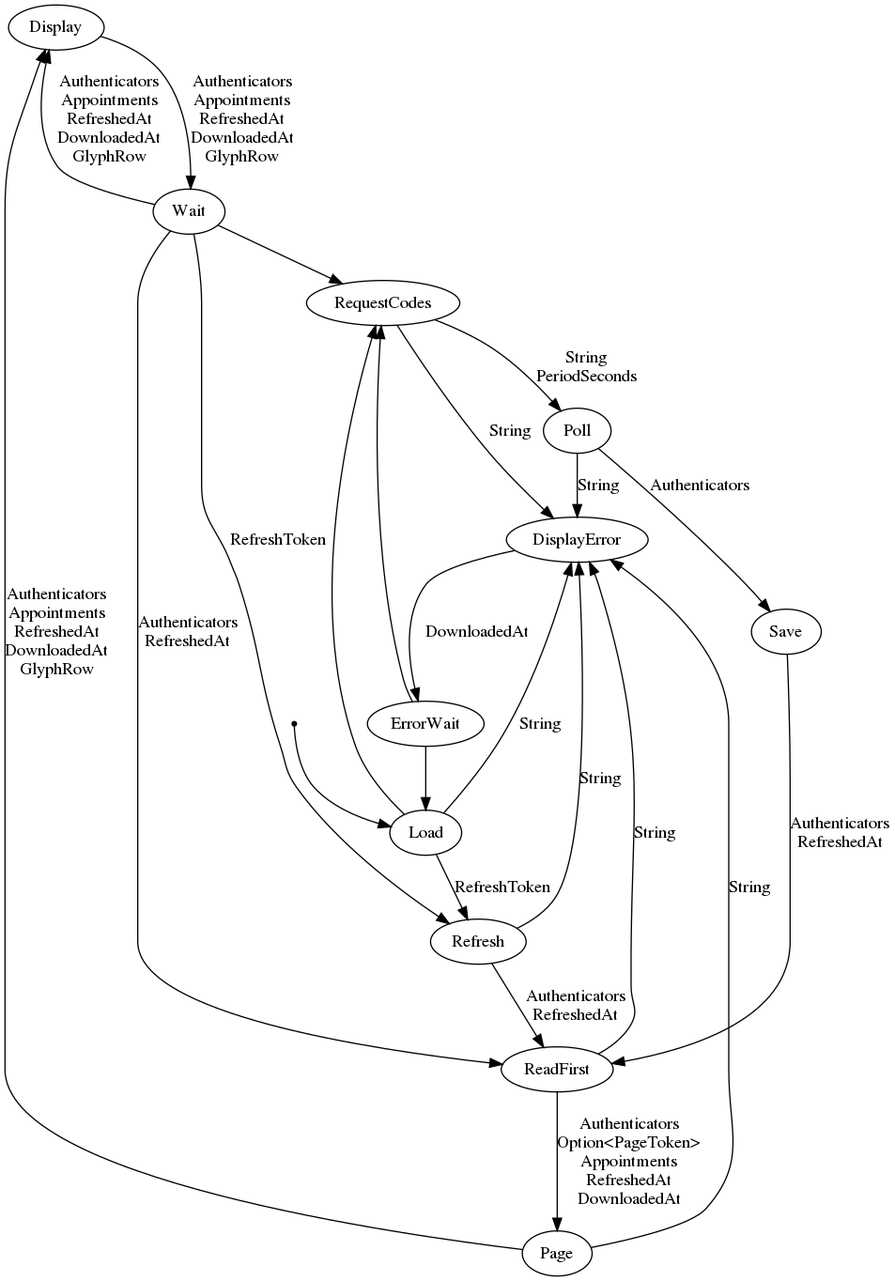
Before: docs/cal_machine.png, a diagram exported from Graphviz (kieranjwhite/calendar_mirror). Its source is kept beside it as docs/cal_machine.dot.
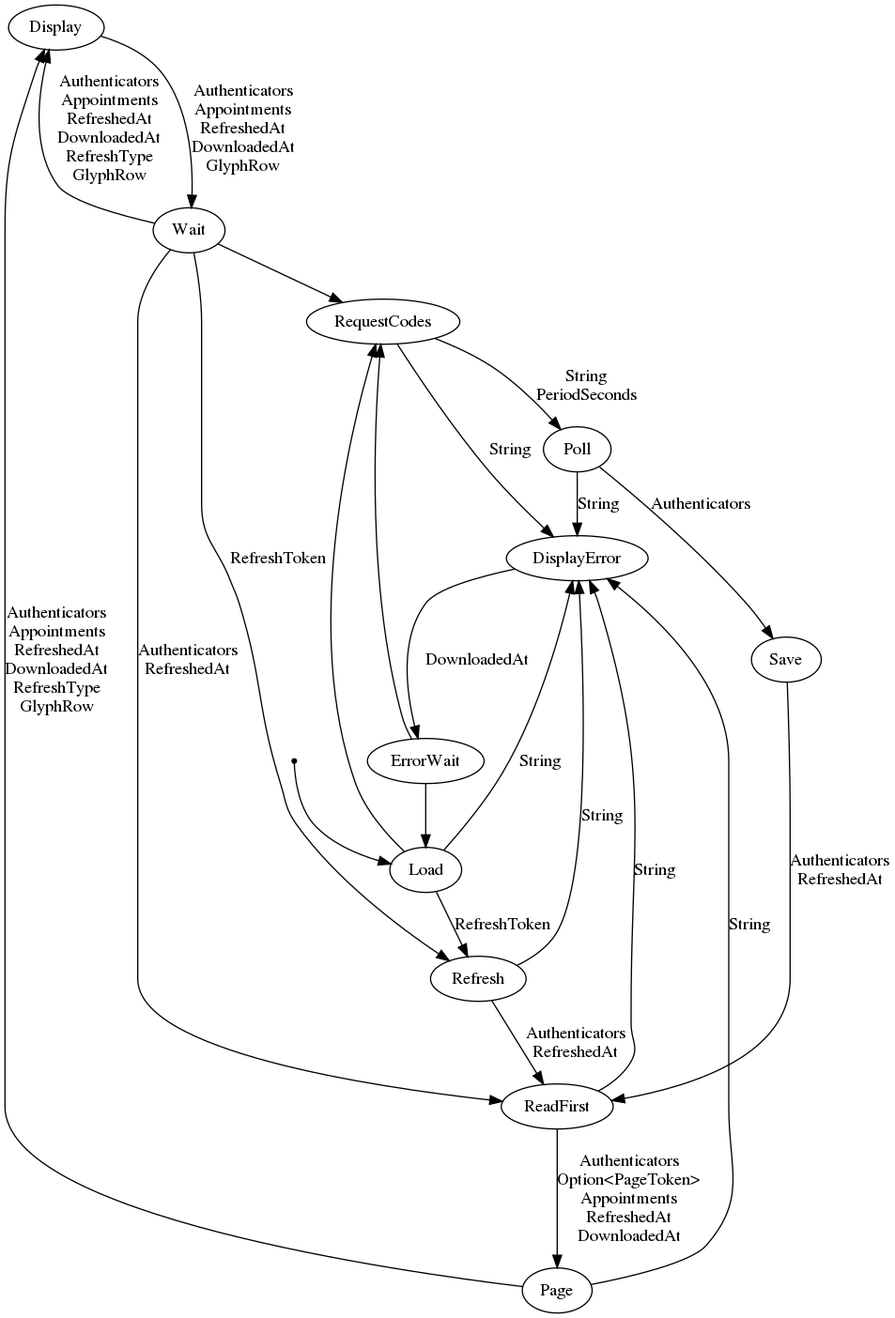
After the change.

Commit message:
update cal_machine std

Diff of the diagram source:
```diff
@@ -31,7 +31,7 @@
     RequestCodes -> DisplayError[label="String\n"];
     Poll -> Save[label="Authenticators\n"];
     ReadFirst -> Page[label="Authenticators\nOption<PageToken>\nAppointments\nRefreshedAt\nDownloadedAt\n"];
-    Page -> Display[label="Authenticators\nAppointments\nRefreshedAt\nDownloadedAt\nGlyphRow\n"];
-    Wait -> Display[label="Authenticators\nAppointments\nRefreshedAt\nDownloadedAt\nGlyphRow\n"];
+    Page -> Display[label="Authenticators\nAppointments\nRefreshedAt\nDownloadedAt\nRefreshType\nGlyphRow\n"];
+    Wait -> Display[label="Authenticators\nAppointments\nRefreshedAt\nDownloadedAt\nRefreshType\nGlyphRow\n"];
     Display -> Wait[label="Authenticators\nAppointments\nRefreshedAt\nDownloadedAt\nGlyphRow\n"];
 }
```
